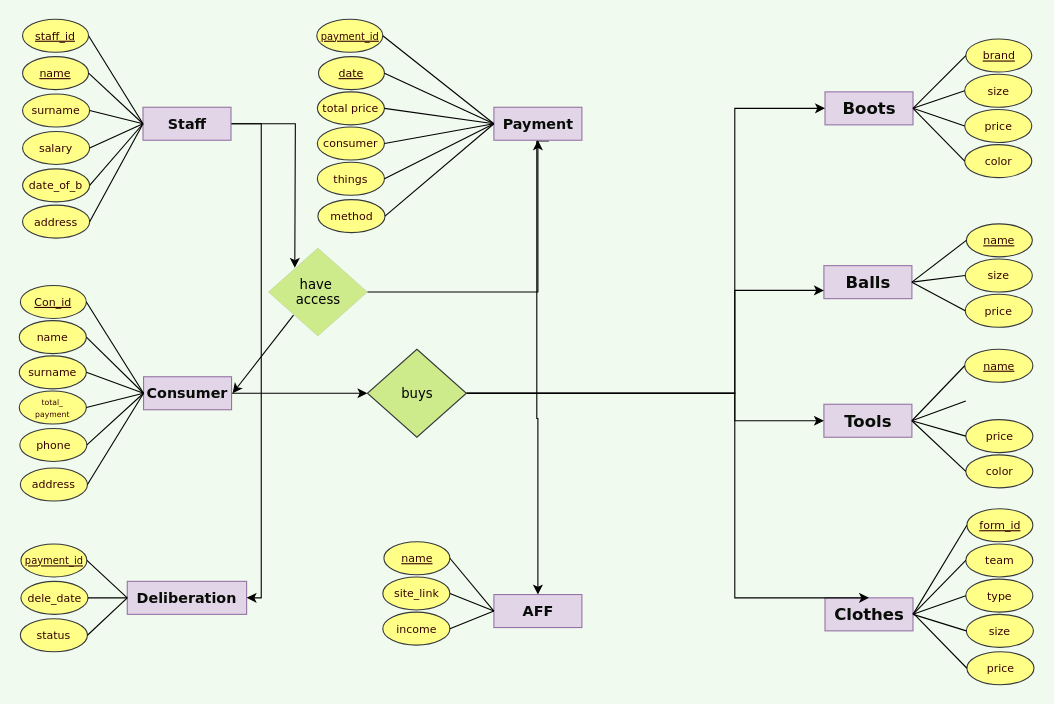
Before: ERD_Midterm.drawio in zhansserik/DBMS-2_project, a draw.io diagram. Source tidied: cells renumbered, new cells numbered last; positions are measured from the earlier drawing's top-left corner, leaving out a move shared by most shapes. Both pictures are drawn from the tidied source at 110%, with x=0, y=0 at pixel (19, 19).
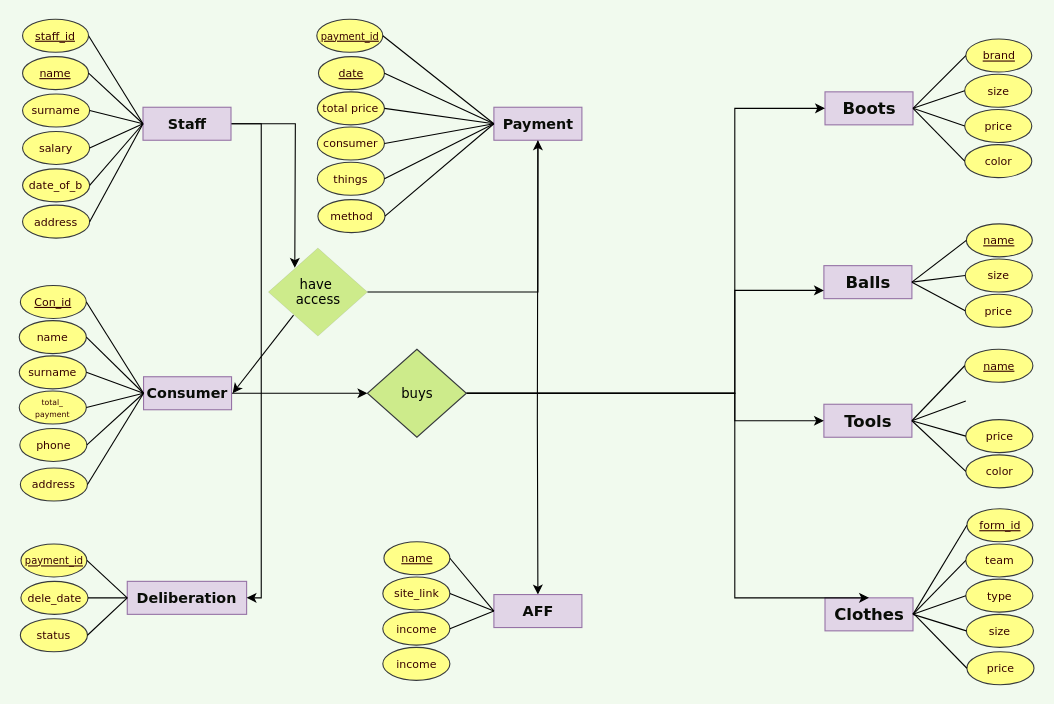
The same page after the edit.

The change refers to these unchanged cells:
```xml
<mxCell id="50" value="&lt;font color=&quot;#090d07&quot; style=&quot;font-size: 13px;&quot;&gt;Payment&lt;/font&gt;" style="rounded=0;whiteSpace=wrap;html=1;shadow=0;labelBackgroundColor=none;labelBorderColor=none;sketch=0;fillStyle=auto;strokeColor=#9673a6;strokeWidth=1;fontFamily=Verdana;fontSize=13;fillColor=#e1d5e7;fontStyle=1;" parent="1" vertex="1">
  <mxGeometry x="431.5" y="80" width="80" height="30" as="geometry" />
</mxCell>
<mxCell id="61" value="&lt;font color=&quot;#090d07&quot;&gt;AFF&lt;/font&gt;" style="rounded=0;whiteSpace=wrap;html=1;shadow=0;labelBackgroundColor=none;labelBorderColor=none;sketch=0;fillStyle=auto;strokeColor=#9673a6;strokeWidth=1;fontFamily=Verdana;fontSize=13;fillColor=#e1d5e7;fontStyle=1;" parent="1" vertex="1">
  <mxGeometry x="431.5" y="523" width="80" height="30" as="geometry" />
</mxCell>
```

Diff of the diagram source:
```diff
@@
-    <mxCell id="49" style="edgeStyle=orthogonalEdgeStyle;rounded=0;jettySize=auto;html=1;exitX=0.625;exitY=1.022;exitDx=0;exitDy=0;entryX=0.5;entryY=0;entryDx=0;entryDy=0;exitPerimeter=0;" parent="1" edge="1" source="50" target="61">
+    <mxCell id="49" style="edgeStyle=orthogonalEdgeStyle;rounded=0;jettySize=auto;html=1;exitX=0.5;exitY=1;exitDx=0;exitDy=0;entryX=0.5;entryY=0;entryDx=0;entryDy=0;" parent="1" edge="1" source="50" target="61">
       <mxGeometry relative="1" as="geometry">
         <Array as="points">
-          <mxPoint x="470.5" y="363" />
-          <mxPoint x="471.5" y="363" />
+          <mxPoint x="472" y="111" />
+          <mxPoint x="471" y="111" />
+          <mxPoint x="471" y="363" />
+          <mxPoint x="472" y="363" />
         </Array>
       </mxGeometry>
     </mxCell>
@@
+    <mxCell id="102" value="&lt;font color=&quot;#360000&quot; style=&quot;font-size: 10px;&quot;&gt;income&lt;/font&gt;" style="ellipse;whiteSpace=wrap;html=1;rounded=0;shadow=0;labelBackgroundColor=none;labelBorderColor=none;sketch=0;fillStyle=auto;strokeColor=#36393d;strokeWidth=1;fontFamily=Verdana;fontSize=10;fillColor=#ffff88;" parent="1" vertex="1">
+      <mxGeometry x="330.5" y="571" width="61" height="30" as="geometry" />
+    </mxCell>
```
